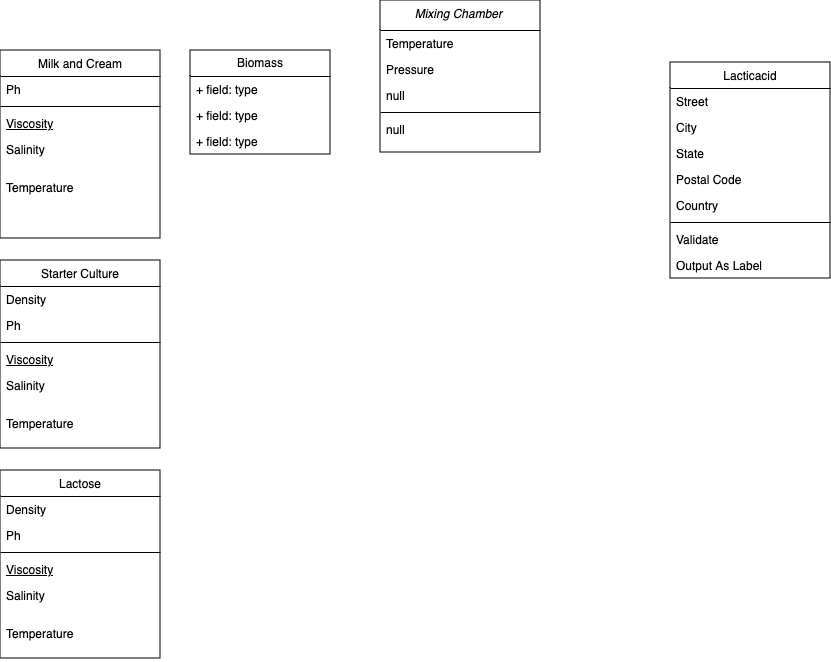
This is class.png from a-l-a-z-a-r/Chemical-Mixing-Data-Synthesis, a draw.io export, as it was before one commit. Source tidied: cells renumbered, new cells last; positions are measured from the earlier drawing's top-left corner, leaving out a move shared by most shapes.
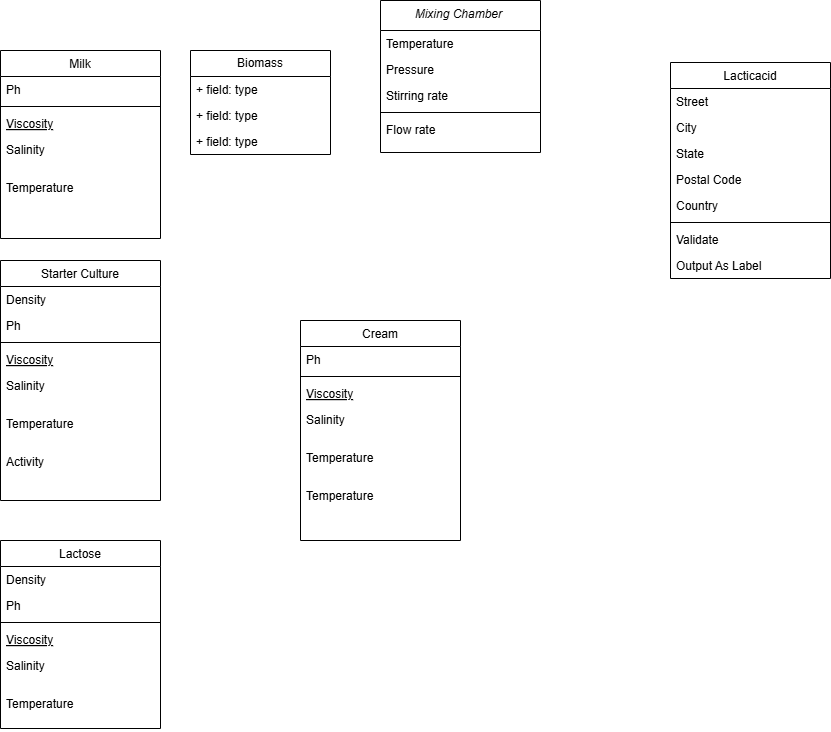
After the change.

Change to the diagram source:
```diff
@@ -11,16 +11,16 @@
     <mxCell id="4" value="Pressure" style="text;align=left;verticalAlign=top;spacingLeft=4;spacingRight=4;overflow=hidden;rounded=0;shadow=0;html=0;" parent="2" vertex="1">
       <mxGeometry y="56" width="160" height="26" as="geometry" />
     </mxCell>
-    <mxCell id="5" value="null" style="text;align=left;verticalAlign=top;spacingLeft=4;spacingRight=4;overflow=hidden;rounded=0;shadow=0;html=0;" parent="2" vertex="1">
+    <mxCell id="5" value="Stirring rate" style="text;align=left;verticalAlign=top;spacingLeft=4;spacingRight=4;overflow=hidden;rounded=0;shadow=0;html=0;" parent="2" vertex="1">
       <mxGeometry y="82" width="160" height="26" as="geometry" />
     </mxCell>
     <mxCell id="6" style="line;html=1;strokeWidth=1;align=left;verticalAlign=middle;spacingTop=-1;spacingLeft=3;spacingRight=3;labelPosition=right;" parent="2" vertex="1">
       <mxGeometry y="108" width="160" height="8" as="geometry" />
     </mxCell>
-    <mxCell id="7" value="null" style="text;align=left;verticalAlign=top;spacingLeft=4;spacingRight=4;overflow=hidden;" parent="2" vertex="1">
+    <mxCell id="7" value="Flow rate" style="text;align=left;verticalAlign=top;spacingLeft=4;spacingRight=4;overflow=hidden;" parent="2" vertex="1">
       <mxGeometry y="116" width="160" height="26" as="geometry" />
     </mxCell>
-    <mxCell id="8" value="Milk and Cream" style="swimlane;fontStyle=0;align=center;verticalAlign=top;horizontal=1;startSize=26;rounded=0;shadow=0;strokeWidth=1;" parent="1" vertex="1">
+    <mxCell id="8" value="Milk" style="swimlane;fontStyle=0;align=center;verticalAlign=top;horizontal=1;startSize=26;rounded=0;shadow=0;strokeWidth=1;" parent="1" vertex="1">
       <mxGeometry y="50" width="160" height="188" as="geometry" />
     </mxCell>
     <mxCell id="9" value="Ph" style="text;align=left;verticalAlign=top;spacingLeft=4;spacingRight=4;overflow=hidden;rounded=0;shadow=0;html=0;" parent="8" vertex="1">
@@ -66,7 +66,7 @@
       <mxGeometry y="190" width="160" height="26" as="geometry" />
     </mxCell>
     <mxCell id="23" value="Starter Culture" style="swimlane;fontStyle=0;align=center;verticalAlign=top;horizontal=1;startSize=26;rounded=0;shadow=0;strokeWidth=1;" parent="1" vertex="1">
-      <mxGeometry y="260" width="160" height="188" as="geometry" />
+      <mxGeometry y="260" width="160" height="240" as="geometry" />
     </mxCell>
     <mxCell id="24" value="Density" style="text;align=left;verticalAlign=top;spacingLeft=4;spacingRight=4;overflow=hidden;" parent="23" vertex="1">
       <mxGeometry y="26" width="160" height="26" as="geometry" />
@@ -86,8 +86,11 @@
     <mxCell id="29" value="Temperature" style="text;align=left;verticalAlign=top;spacingLeft=4;spacingRight=4;overflow=hidden;" parent="23" vertex="1">
       <mxGeometry y="150" width="160" height="38" as="geometry" />
     </mxCell>
+    <mxCell id="41" value="Activity" style="text;align=left;verticalAlign=top;spacingLeft=4;spacingRight=4;overflow=hidden;" parent="23" vertex="1">
+      <mxGeometry y="188" width="160" height="38" as="geometry" />
+    </mxCell>
     <mxCell id="30" value="Lactose&#10;" style="swimlane;fontStyle=0;align=center;verticalAlign=top;horizontal=1;startSize=26;rounded=0;shadow=0;strokeWidth=1;" parent="1" vertex="1">
-      <mxGeometry y="470" width="160" height="188" as="geometry" />
+      <mxGeometry y="540" width="160" height="188" as="geometry" />
     </mxCell>
     <mxCell id="31" value="Density" style="text;align=left;verticalAlign=top;spacingLeft=4;spacingRight=4;overflow=hidden;" parent="30" vertex="1">
       <mxGeometry y="26" width="160" height="26" as="geometry" />
@@ -119,5 +122,26 @@
     <mxCell id="40" value="+ field: type" style="text;strokeColor=none;fillColor=none;align=left;verticalAlign=top;spacingLeft=4;spacingRight=4;overflow=hidden;whiteSpace=wrap;html=1;" parent="37" vertex="1">
       <mxGeometry y="78" width="140" height="26" as="geometry" />
     </mxCell>
+    <mxCell id="42" value="Cream" style="swimlane;fontStyle=0;align=center;verticalAlign=top;horizontal=1;startSize=26;rounded=0;shadow=0;strokeWidth=1;" parent="1" vertex="1">
+      <mxGeometry x="300" y="320" width="160" height="220" as="geometry" />
+    </mxCell>
+    <mxCell id="43" value="Ph" style="text;align=left;verticalAlign=top;spacingLeft=4;spacingRight=4;overflow=hidden;rounded=0;shadow=0;html=0;" parent="42" vertex="1">
+      <mxGeometry y="26" width="160" height="26" as="geometry" />
+    </mxCell>
+    <mxCell id="44" style="line;html=1;strokeWidth=1;align=left;verticalAlign=middle;spacingTop=-1;spacingLeft=3;spacingRight=3;labelPosition=right;" parent="42" vertex="1">
+      <mxGeometry y="52" width="160" height="8" as="geometry" />
+    </mxCell>
+    <mxCell id="45" value="Viscosity" style="text;align=left;verticalAlign=top;spacingLeft=4;spacingRight=4;overflow=hidden;fontStyle=4;" parent="42" vertex="1">
+      <mxGeometry y="60" width="160" height="26" as="geometry" />
+    </mxCell>
+    <mxCell id="46" value="Salinity&#10;" style="text;align=left;verticalAlign=top;spacingLeft=4;spacingRight=4;overflow=hidden;" parent="42" vertex="1">
+      <mxGeometry y="86" width="160" height="38" as="geometry" />
+    </mxCell>
+    <mxCell id="47" value="Temperature" style="text;align=left;verticalAlign=top;spacingLeft=4;spacingRight=4;overflow=hidden;" parent="42" vertex="1">
+      <mxGeometry y="124" width="160" height="38" as="geometry" />
+    </mxCell>
+    <mxCell id="48" value="Temperature" style="text;align=left;verticalAlign=top;spacingLeft=4;spacingRight=4;overflow=hidden;" parent="42" vertex="1">
+      <mxGeometry y="162" width="160" height="38" as="geometry" />
+    </mxCell>
   </root>
 </mxGraphModel>
```
